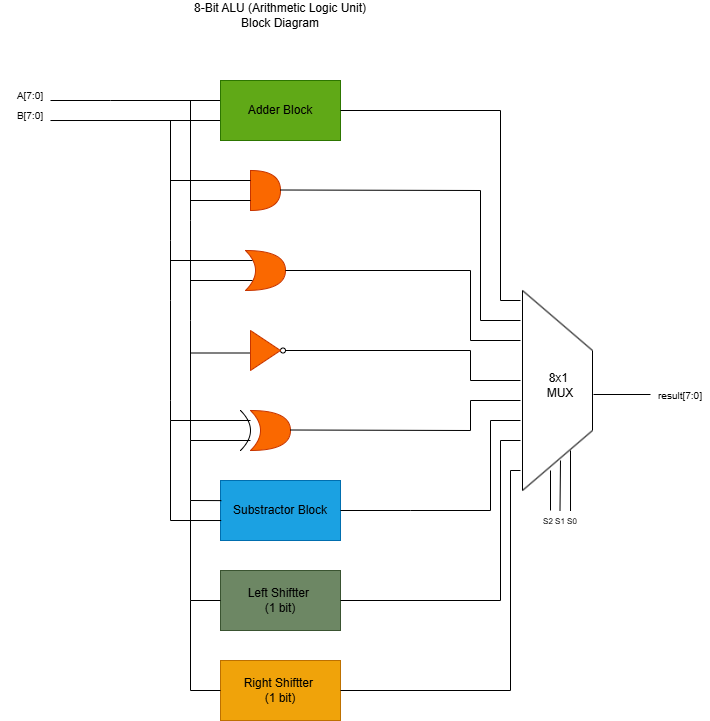
Above: assets/8Bit_ALU_Block_Diagram.png in Ayberk-Aktan/8-Bit_ALU_with_Verilog (draw.io), before the change. Source tidied: cells renumbered, new cells last; positions are measured from the earlier drawing's top-left corner, leaving out a move shared by most shapes.
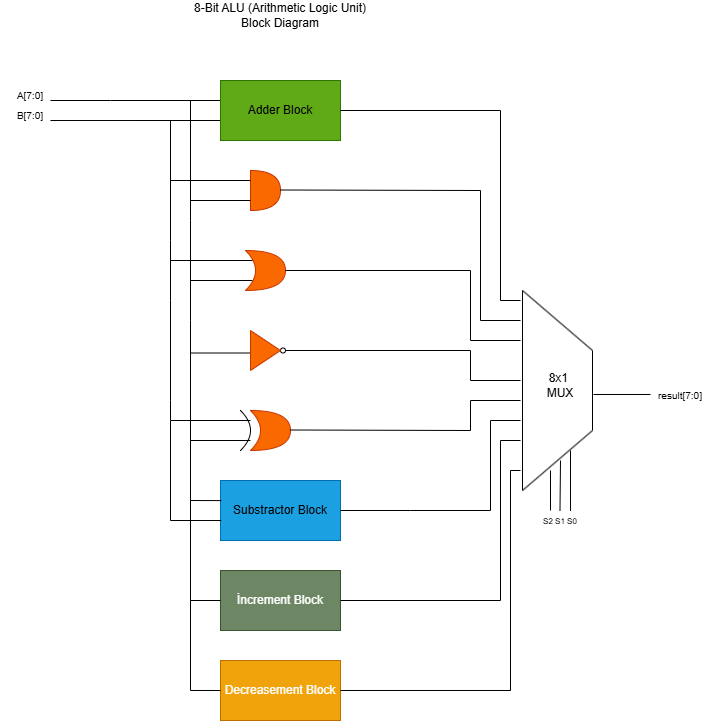
The same diagram one commit later.

Commit message:
Some issues in the block diagram have been resolved.

Change to the diagram source:
```diff
@@ -200,7 +200,7 @@
         <mxPoint x="170" y="520" as="sourcePoint" />
       </mxGeometry>
     </mxCell>
-    <mxCell id="40" value="&lt;span style=&quot;color: light-dark(rgb(0, 0, 0), rgb(255, 255, 255));&quot;&gt;Left Shiftter&amp;nbsp;&lt;/span&gt;&lt;div&gt;&lt;span style=&quot;color: light-dark(rgb(0, 0, 0), rgb(255, 255, 255)); background-color: transparent;&quot;&gt;(1 bit)&lt;/span&gt;&lt;/div&gt;" style="rounded=0;whiteSpace=wrap;html=1;fillColor=#6d8764;fontColor=#ffffff;strokeColor=#3A5431;" parent="1" vertex="1">
+    <mxCell id="40" value="&lt;font style=&quot;color: light-dark(rgb(255, 255, 255), rgb(255, 255, 255));&quot;&gt;İncrement Block&lt;/font&gt;" style="rounded=0;whiteSpace=wrap;html=1;fillColor=#6d8764;fontColor=#ffffff;strokeColor=#3A5431;" parent="1" vertex="1">
       <mxGeometry x="220" y="570" width="120" height="60" as="geometry" />
     </mxCell>
     <mxCell id="41" style="endArrow=none;html=1;rounded=0;" parent="1" edge="1">
@@ -220,7 +220,7 @@
         <mxPoint x="190" y="600" as="sourcePoint" />
       </mxGeometry>
     </mxCell>
-    <mxCell id="44" value="&lt;span style=&quot;color: light-dark(rgb(0, 0, 0), rgb(255, 255, 255));&quot;&gt;Right Shiftter&amp;nbsp;&lt;/span&gt;&lt;div&gt;&lt;span style=&quot;color: light-dark(rgb(0, 0, 0), rgb(255, 255, 255));&quot;&gt;(1 bit)&lt;/span&gt;&lt;/div&gt;" style="rounded=0;whiteSpace=wrap;html=1;fillColor=#f0a30a;strokeColor=#BD7000;fontColor=#000000;" parent="1" vertex="1">
+    <mxCell id="44" value="&lt;font style=&quot;color: light-dark(rgb(255, 255, 255), rgb(255, 255, 255));&quot;&gt;Decreasement Block&lt;/font&gt;" style="rounded=0;whiteSpace=wrap;html=1;fillColor=#f0a30a;strokeColor=#BD7000;fontColor=#000000;" parent="1" vertex="1">
       <mxGeometry x="220" y="660" width="120" height="60" as="geometry" />
     </mxCell>
     <mxCell id="45" style="endArrow=none;html=1;rounded=0;" parent="1" edge="1">
```
